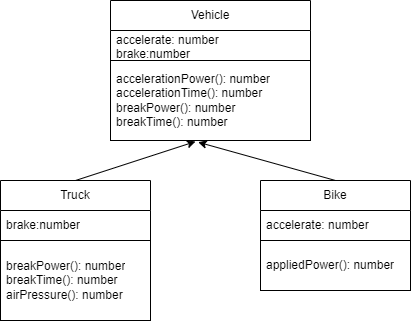
Above: Unit2-10/Design/cd.png in KaitlynIp64/ICS4U-Unit2-Kaitlyn-Ip (draw.io), before the change. Source tidied: cells renumbered, new cells last; positions are measured from the earlier drawing's top-left corner, leaving out a move shared by most shapes. Source of this version:
```xml
<mxGraphModel>
  <root>
    <mxCell id="0" />
    <mxCell id="1" parent="0" />
    <mxCell id="2" value="Vehicle" style="swimlane;fontStyle=0;horizontal=1;startSize=30;whiteSpace=wrap;html=1;strokeColor=#000000;" parent="1" vertex="1">
      <mxGeometry x="110" width="200" height="140" as="geometry" />
    </mxCell>
    <mxCell id="3" value="accelerate: number&lt;br&gt;brake:number" style="text;strokeColor=none;fillColor=none;align=left;verticalAlign=middle;spacingLeft=4;spacingRight=4;overflow=hidden;whiteSpace=wrap;html=1;" parent="2" vertex="1">
      <mxGeometry y="30" width="200" height="30" as="geometry" />
    </mxCell>
    <mxCell id="4" value="accelerationPower(): number&lt;br&gt;accelerationTime(): number&lt;br&gt;breakPower(): number&lt;br&gt;breakTime(): number" style="text;strokeColor=#000000;fillColor=none;align=left;verticalAlign=middle;spacingLeft=4;spacingRight=4;overflow=hidden;points=[[0,0.5],[1,0.5]];portConstraint=eastwest;whiteSpace=wrap;html=1;" parent="2" vertex="1">
      <mxGeometry y="60" width="200" height="80" as="geometry" />
    </mxCell>
    <mxCell id="5" style="edgeStyle=none;html=1;exitX=0.5;exitY=0;exitDx=0;exitDy=0;entryX=0.438;entryY=1.021;entryDx=0;entryDy=0;entryPerimeter=0;" parent="1" edge="1" source="6" target="4">
      <mxGeometry relative="1" as="geometry" />
    </mxCell>
    <mxCell id="6" value="Bike" style="swimlane;fontStyle=0;horizontal=1;startSize=30;whiteSpace=wrap;html=1;strokeColor=#000000;" parent="1" vertex="1">
      <mxGeometry x="260" y="180" width="150" height="110" as="geometry" />
    </mxCell>
    <mxCell id="7" value="accelerate: number" style="text;strokeColor=none;fillColor=none;align=left;verticalAlign=middle;spacingLeft=4;spacingRight=4;overflow=hidden;whiteSpace=wrap;html=1;" parent="6" vertex="1">
      <mxGeometry y="30" width="150" height="30" as="geometry" />
    </mxCell>
    <mxCell id="8" value="appliedPower(): number" style="text;strokeColor=#000000;fillColor=none;align=left;verticalAlign=middle;spacingLeft=4;spacingRight=4;overflow=hidden;whiteSpace=wrap;html=1;" parent="6" vertex="1">
      <mxGeometry y="60" width="150" height="50" as="geometry" />
    </mxCell>
    <mxCell id="9" style="edgeStyle=none;html=1;exitX=0.5;exitY=0;exitDx=0;exitDy=0;entryX=0.425;entryY=1.013;entryDx=0;entryDy=0;entryPerimeter=0;" parent="1" edge="1" source="10" target="4">
      <mxGeometry relative="1" as="geometry" />
    </mxCell>
    <mxCell id="10" value="Truck" style="swimlane;fontStyle=0;horizontal=1;startSize=30;whiteSpace=wrap;html=1;strokeColor=#000000;" parent="1" vertex="1">
      <mxGeometry y="180" width="150" height="140" as="geometry" />
    </mxCell>
    <mxCell id="11" value="brake:number" style="text;strokeColor=none;fillColor=none;align=left;verticalAlign=middle;spacingLeft=4;spacingRight=4;overflow=hidden;whiteSpace=wrap;html=1;" parent="10" vertex="1">
      <mxGeometry y="30" width="150" height="30" as="geometry" />
    </mxCell>
    <mxCell id="12" value="breakPower(): number&lt;br&gt;breakTime(): number&lt;br&gt;airPressure(): number" style="text;strokeColor=#000000;fillColor=none;align=left;verticalAlign=middle;spacingLeft=4;spacingRight=4;overflow=hidden;whiteSpace=wrap;html=1;" parent="10" vertex="1">
      <mxGeometry y="60" width="150" height="80" as="geometry" />
    </mxCell>
  </root>
</mxGraphModel>
```
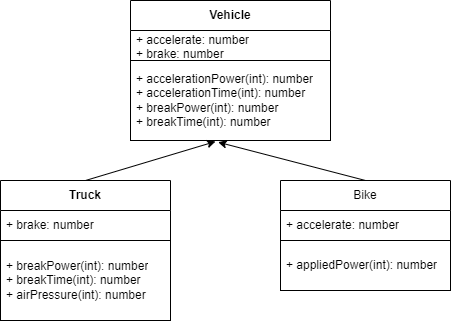
After the change.

The edit, as a diff of the source:
```diff
@@ -2,38 +2,38 @@
   <root>
     <mxCell id="0" />
     <mxCell id="1" parent="0" />
-    <mxCell id="2" value="Vehicle" style="swimlane;fontStyle=0;horizontal=1;startSize=30;whiteSpace=wrap;html=1;strokeColor=#000000;" parent="1" vertex="1">
+    <mxCell id="2" value="&lt;b&gt;Vehicle&lt;/b&gt;" style="swimlane;fontStyle=0;horizontal=1;startSize=30;whiteSpace=wrap;html=1;strokeColor=#000000;" parent="1" vertex="1">
       <mxGeometry x="110" width="200" height="140" as="geometry" />
     </mxCell>
-    <mxCell id="3" value="accelerate: number&lt;br&gt;brake:number" style="text;strokeColor=none;fillColor=none;align=left;verticalAlign=middle;spacingLeft=4;spacingRight=4;overflow=hidden;whiteSpace=wrap;html=1;" parent="2" vertex="1">
+    <mxCell id="3" value="+ accelerate: number&lt;br&gt;+ brake: number" style="text;strokeColor=none;fillColor=none;align=left;verticalAlign=middle;spacingLeft=4;spacingRight=4;overflow=hidden;whiteSpace=wrap;html=1;" parent="2" vertex="1">
       <mxGeometry y="30" width="200" height="30" as="geometry" />
     </mxCell>
-    <mxCell id="4" value="accelerationPower(): number&lt;br&gt;accelerationTime(): number&lt;br&gt;breakPower(): number&lt;br&gt;breakTime(): number" style="text;strokeColor=#000000;fillColor=none;align=left;verticalAlign=middle;spacingLeft=4;spacingRight=4;overflow=hidden;points=[[0,0.5],[1,0.5]];portConstraint=eastwest;whiteSpace=wrap;html=1;" parent="2" vertex="1">
+    <mxCell id="4" value="+ accelerationPower(int): number&lt;br&gt;+ accelerationTime(int): number&lt;br&gt;+ breakPower(int): number&lt;br&gt;+ breakTime(int): number" style="text;strokeColor=#000000;fillColor=none;align=left;verticalAlign=middle;spacingLeft=4;spacingRight=4;overflow=hidden;points=[[0,0.5],[1,0.5]];portConstraint=eastwest;whiteSpace=wrap;html=1;" parent="2" vertex="1">
       <mxGeometry y="60" width="200" height="80" as="geometry" />
     </mxCell>
     <mxCell id="5" style="edgeStyle=none;html=1;exitX=0.5;exitY=0;exitDx=0;exitDy=0;entryX=0.438;entryY=1.021;entryDx=0;entryDy=0;entryPerimeter=0;" parent="1" edge="1" source="6" target="4">
       <mxGeometry relative="1" as="geometry" />
     </mxCell>
     <mxCell id="6" value="Bike" style="swimlane;fontStyle=0;horizontal=1;startSize=30;whiteSpace=wrap;html=1;strokeColor=#000000;" parent="1" vertex="1">
-      <mxGeometry x="260" y="180" width="150" height="110" as="geometry" />
+      <mxGeometry x="260" y="180" width="170" height="110" as="geometry" />
     </mxCell>
-    <mxCell id="7" value="accelerate: number" style="text;strokeColor=none;fillColor=none;align=left;verticalAlign=middle;spacingLeft=4;spacingRight=4;overflow=hidden;whiteSpace=wrap;html=1;" parent="6" vertex="1">
-      <mxGeometry y="30" width="150" height="30" as="geometry" />
+    <mxCell id="7" value="+ accelerate: number" style="text;strokeColor=none;fillColor=none;align=left;verticalAlign=middle;spacingLeft=4;spacingRight=4;overflow=hidden;whiteSpace=wrap;html=1;" parent="6" vertex="1">
+      <mxGeometry y="30" width="170" height="30" as="geometry" />
     </mxCell>
-    <mxCell id="8" value="appliedPower(): number" style="text;strokeColor=#000000;fillColor=none;align=left;verticalAlign=middle;spacingLeft=4;spacingRight=4;overflow=hidden;whiteSpace=wrap;html=1;" parent="6" vertex="1">
-      <mxGeometry y="60" width="150" height="50" as="geometry" />
+    <mxCell id="8" value="+ appliedPower(int): number" style="text;strokeColor=#000000;fillColor=none;align=left;verticalAlign=middle;spacingLeft=4;spacingRight=4;overflow=hidden;whiteSpace=wrap;html=1;" parent="6" vertex="1">
+      <mxGeometry y="60" width="170" height="50" as="geometry" />
     </mxCell>
     <mxCell id="9" style="edgeStyle=none;html=1;exitX=0.5;exitY=0;exitDx=0;exitDy=0;entryX=0.425;entryY=1.013;entryDx=0;entryDy=0;entryPerimeter=0;" parent="1" edge="1" source="10" target="4">
       <mxGeometry relative="1" as="geometry" />
     </mxCell>
-    <mxCell id="10" value="Truck" style="swimlane;fontStyle=0;horizontal=1;startSize=30;whiteSpace=wrap;html=1;strokeColor=#000000;" parent="1" vertex="1">
-      <mxGeometry y="180" width="150" height="140" as="geometry" />
+    <mxCell id="10" value="&lt;b&gt;Truck&lt;/b&gt;" style="swimlane;fontStyle=0;horizontal=1;startSize=30;whiteSpace=wrap;html=1;strokeColor=#000000;" parent="1" vertex="1">
+      <mxGeometry x="-20" y="180" width="170" height="140" as="geometry" />
     </mxCell>
-    <mxCell id="11" value="brake:number" style="text;strokeColor=none;fillColor=none;align=left;verticalAlign=middle;spacingLeft=4;spacingRight=4;overflow=hidden;whiteSpace=wrap;html=1;" parent="10" vertex="1">
-      <mxGeometry y="30" width="150" height="30" as="geometry" />
+    <mxCell id="11" value="+ brake: number" style="text;strokeColor=none;fillColor=none;align=left;verticalAlign=middle;spacingLeft=4;spacingRight=4;overflow=hidden;whiteSpace=wrap;html=1;" parent="10" vertex="1">
+      <mxGeometry y="30" width="170" height="30" as="geometry" />
     </mxCell>
-    <mxCell id="12" value="breakPower(): number&lt;br&gt;breakTime(): number&lt;br&gt;airPressure(): number" style="text;strokeColor=#000000;fillColor=none;align=left;verticalAlign=middle;spacingLeft=4;spacingRight=4;overflow=hidden;whiteSpace=wrap;html=1;" parent="10" vertex="1">
-      <mxGeometry y="60" width="150" height="80" as="geometry" />
+    <mxCell id="12" value="+ breakPower(int): number&lt;br&gt;+ breakTime(int): number&lt;br&gt;+ airPressure(int): number" style="text;strokeColor=#000000;fillColor=none;align=left;verticalAlign=middle;spacingLeft=4;spacingRight=4;overflow=hidden;whiteSpace=wrap;html=1;" parent="10" vertex="1">
+      <mxGeometry y="60" width="170" height="80" as="geometry" />
     </mxCell>
   </root>
 </mxGraphModel>
```
